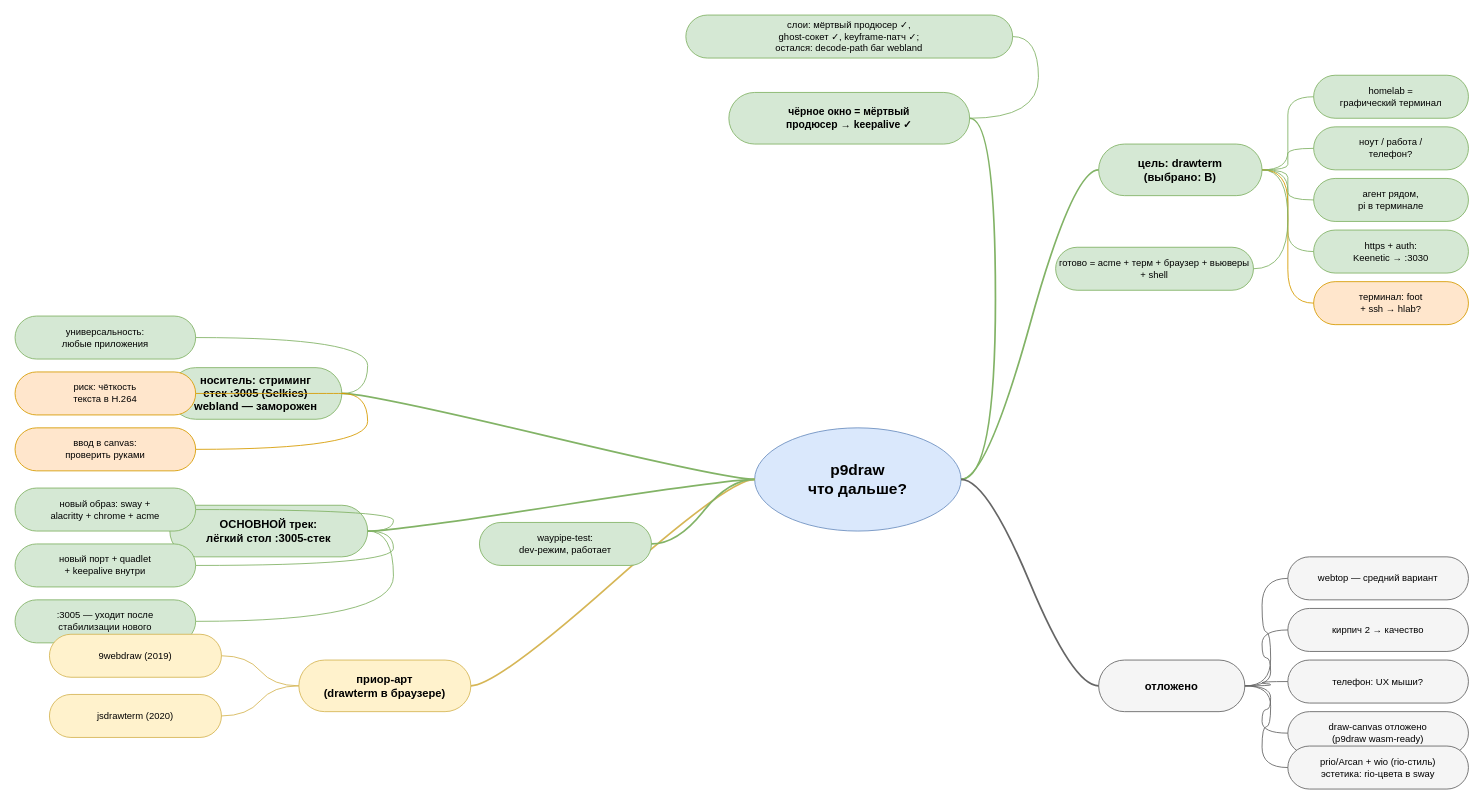
e4779/p9draw keeps this draw.io diagram as docs/grill/p9draw-plan.drawio. Above is the earlier version. Source tidied: cells renumbered, new cells numbered last; positions are measured from the earlier drawing's top-left corner, leaving out a move shared by most shapes. Both pictures are drawn from the tidied source at 86%, with x=0, y=0 at pixel (15, 15).
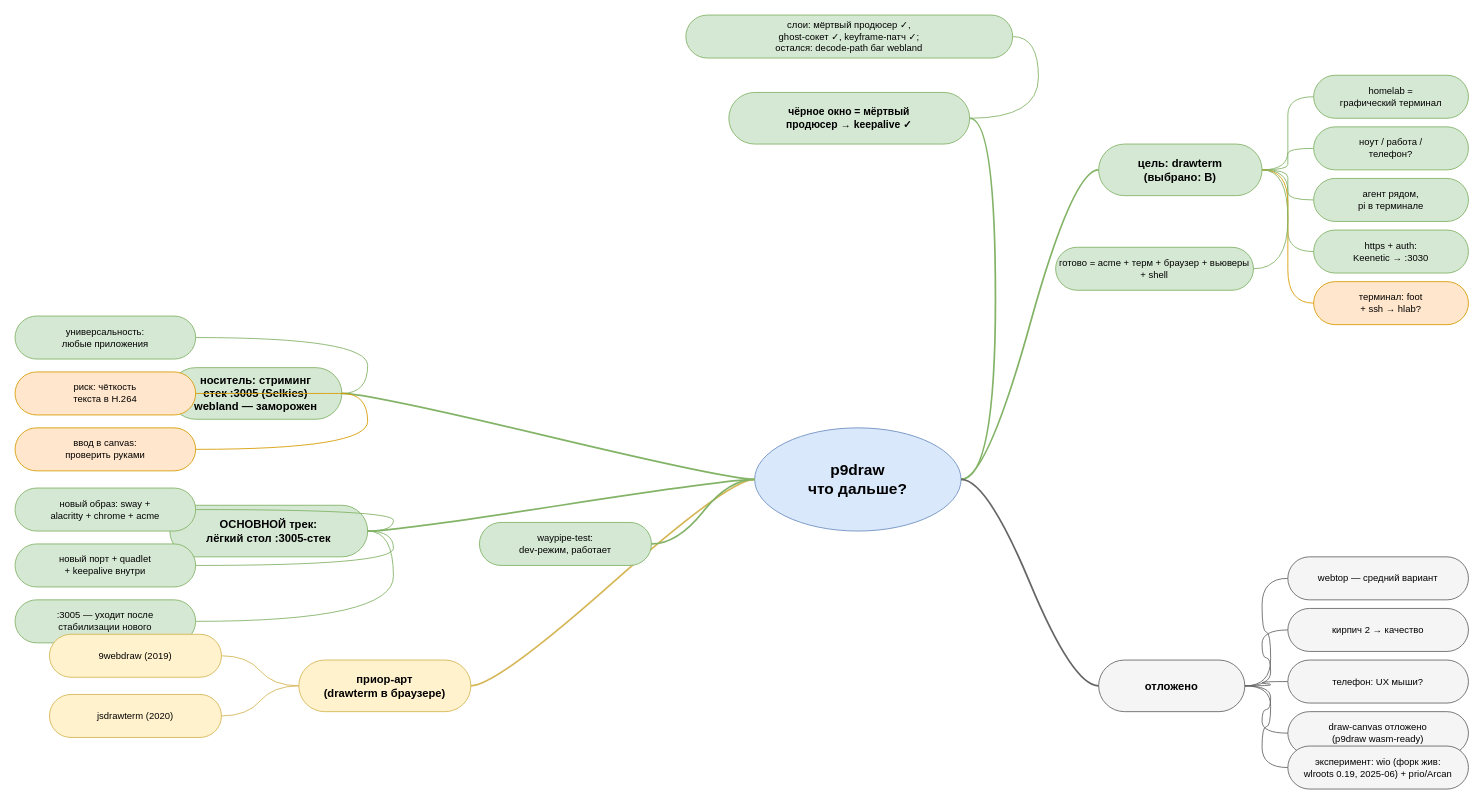
After the change.

Commit message (it also covers changes not shown here):
docs(grill): wio experiment — live fork Rubo3/wio (wlroots 0.19, 2025-06)

Change to the diagram source:
```diff
@@
-    <mxCell id="55" value="prio/Arcan + wio (rio-стиль)&#10;эстетика: rio-цвета в sway" style="rounded=1;arcSize=50;whiteSpace=wrap;html=1;fillColor=#f5f5f5;strokeColor=#666666;fontSize=11;" parent="1" vertex="1">
+    <mxCell id="55" value="эксперимент: wio (форк жив:&#10;wlroots 0.19, 2025-06) + prio/Arcan" style="rounded=1;arcSize=50;whiteSpace=wrap;html=1;fillColor=#f5f5f5;strokeColor=#666666;fontSize=11;" parent="1" vertex="1">
       <mxGeometry x="1480" y="850" width="210" height="50" as="geometry" />
     </mxCell>
```
